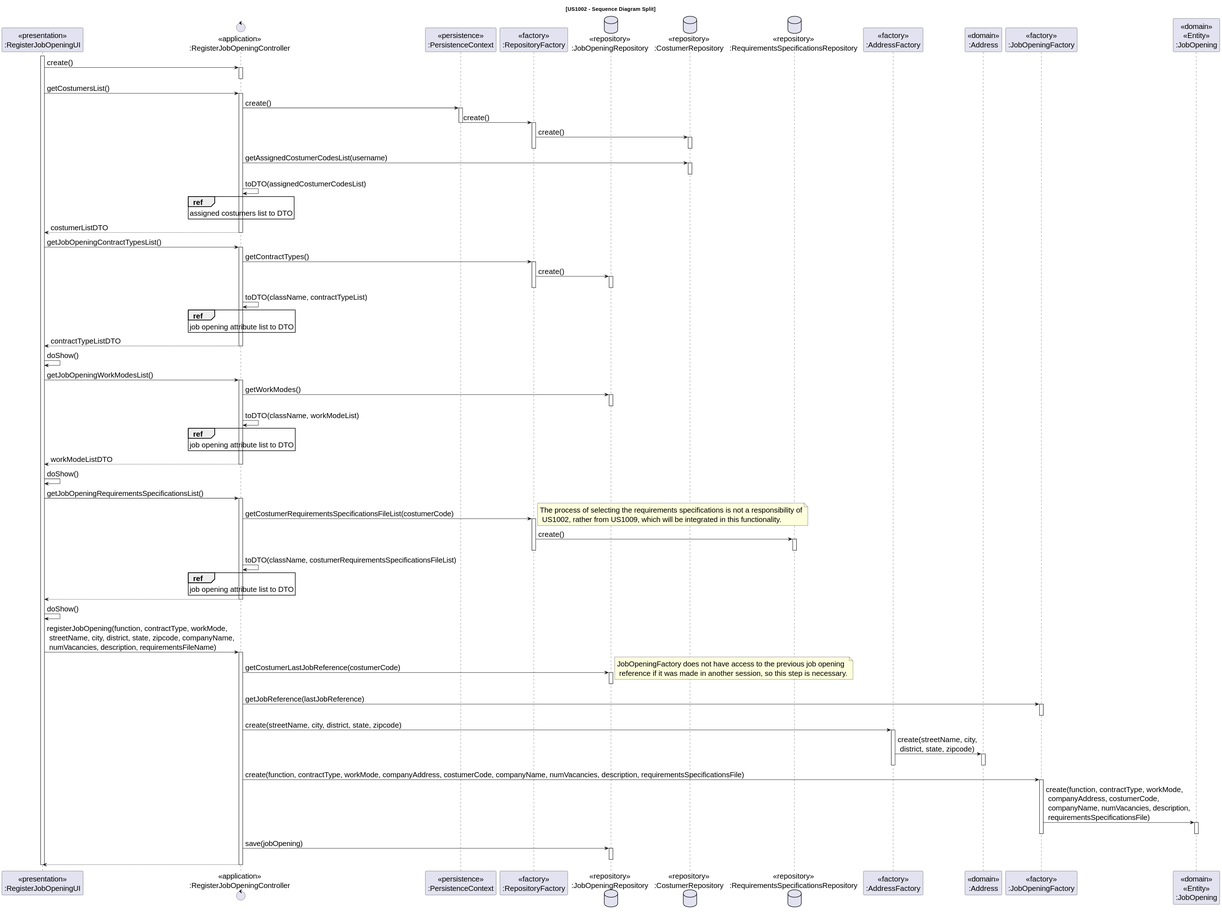
rita-barbosa/LAPR4-2324 keeps this PlantUML diagram as docs/sb_us_1002/US1002_SD/US1002_SD.svg. Above is the earlier version.
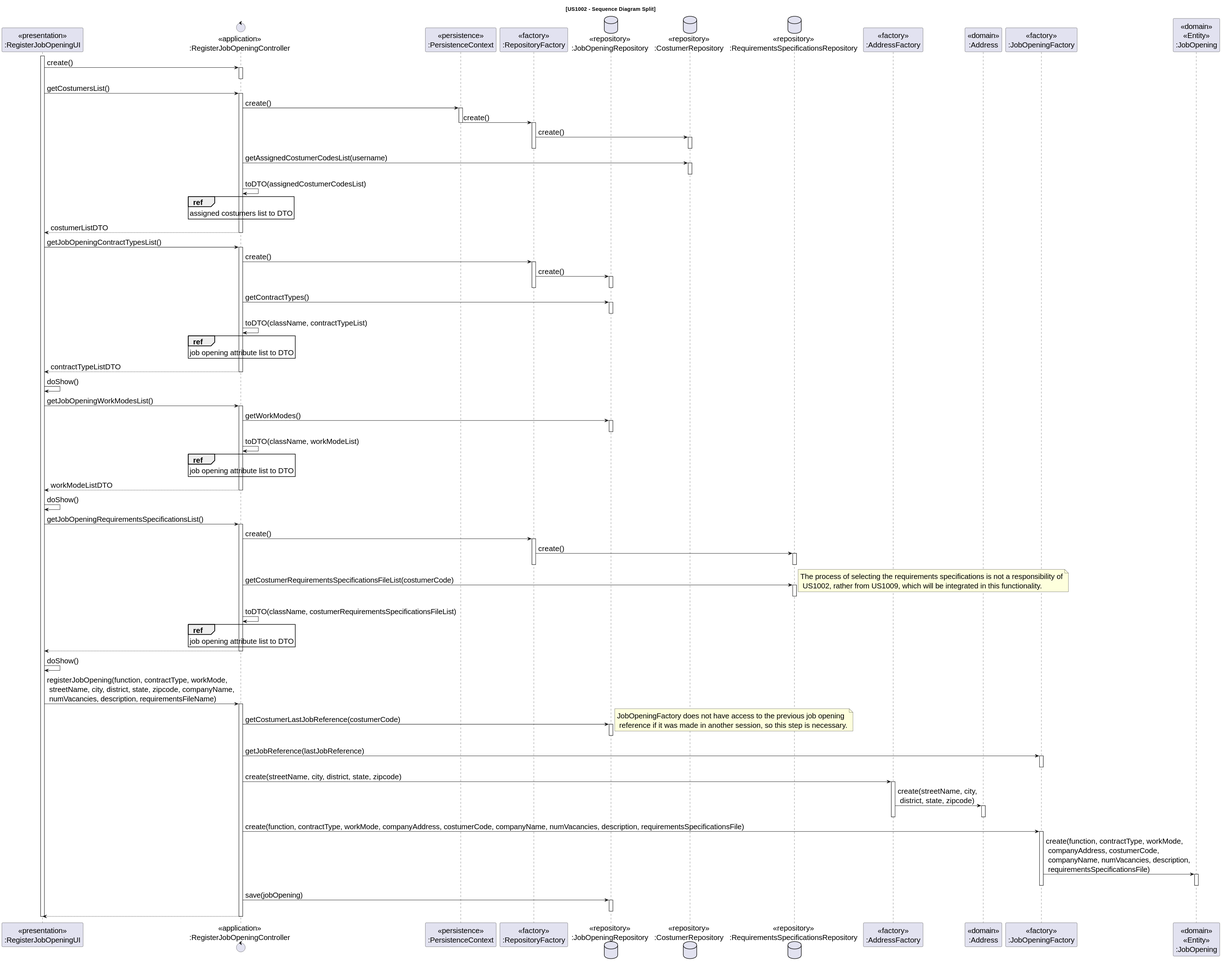
The same diagram one commit later.

What changed in the source:
```diff
@@ -59,7 +59,7 @@
 activate CTRL
 
 
-   CTRL -> RepositoryFactory : getContractTypes()
+   CTRL -> RepositoryFactory : create()
   activate RepositoryFactory
 
         RepositoryFactory -> JobOpeningRepository : create()
@@ -68,7 +68,9 @@
 
   deactivate RepositoryFactory
 
-
+  CTRL -> JobOpeningRepository : getContractTypes()
+    activate JobOpeningRepository
+    deactivate JobOpeningRepository
 
     CTRL -> CTRL : toDTO(className, contractTypeList)
 
@@ -106,8 +108,7 @@
 
 activate CTRL
 
-    CTRL -> RepositoryFactory : getCostumerRequirementsSpecificationsFileList(costumerCode)
-    note right: The process of selecting the requirements specifications is not a responsibility of\n US1002, rather from US1009, which will be integrated in this functionality.
+    CTRL -> RepositoryFactory : create()
 
     activate RepositoryFactory
 
@@ -116,6 +117,11 @@
     deactivate RequirementsSpecificationsRepository
 
     deactivate RepositoryFactory
+
+    CTRL -> RequirementsSpecificationsRepository : getCostumerRequirementsSpecificationsFileList(costumerCode)
+    note right: The process of selecting the requirements specifications is not a responsibility of\n US1002, rather from US1009, which will be integrated in this functionality.
+    activate RequirementsSpecificationsRepository
+    deactivate RequirementsSpecificationsRepository
 
     CTRL -> CTRL : toDTO(className, costumerRequirementsSpecificationsFileList)
     ref over CTRL
```
